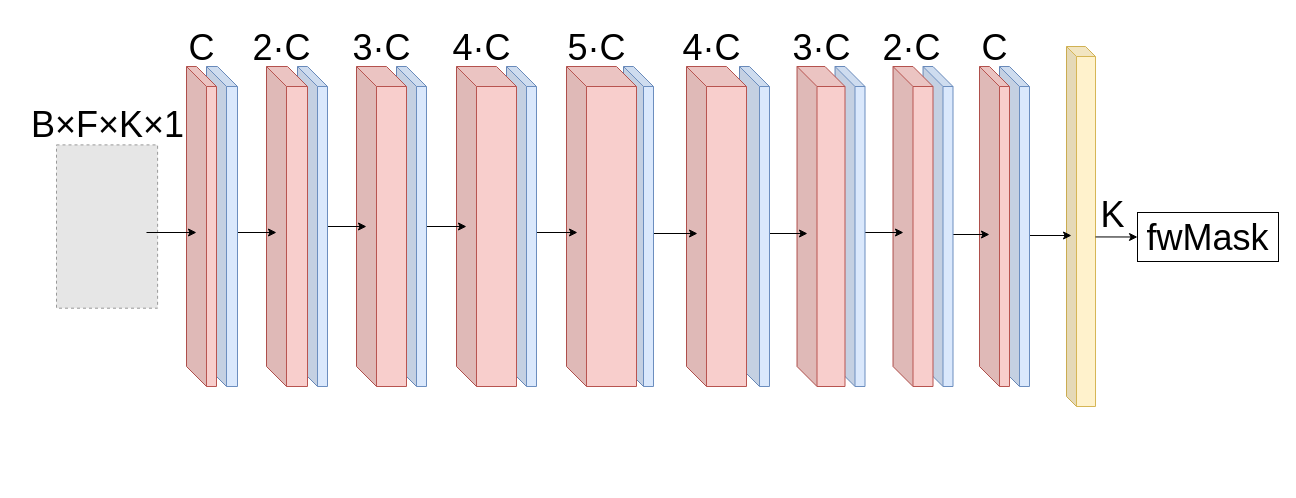
The draw.io diagram model/Untitled Diagram.drawio in linan2/A-Convolutional-Recurrent-Neural-Network-for-Real-Time-Speech-Enhancement, before the edit. Source tidied: cells renumbered, new cells numbered last; positions are measured from the earlier drawing's top-left corner, leaving out a move shared by most shapes. Both pictures are drawn from the tidied source at 100%, with x=0, y=0 at pixel (17, 17). Pictures stored in the file or linked from it are replaced by grey dashed boxes.
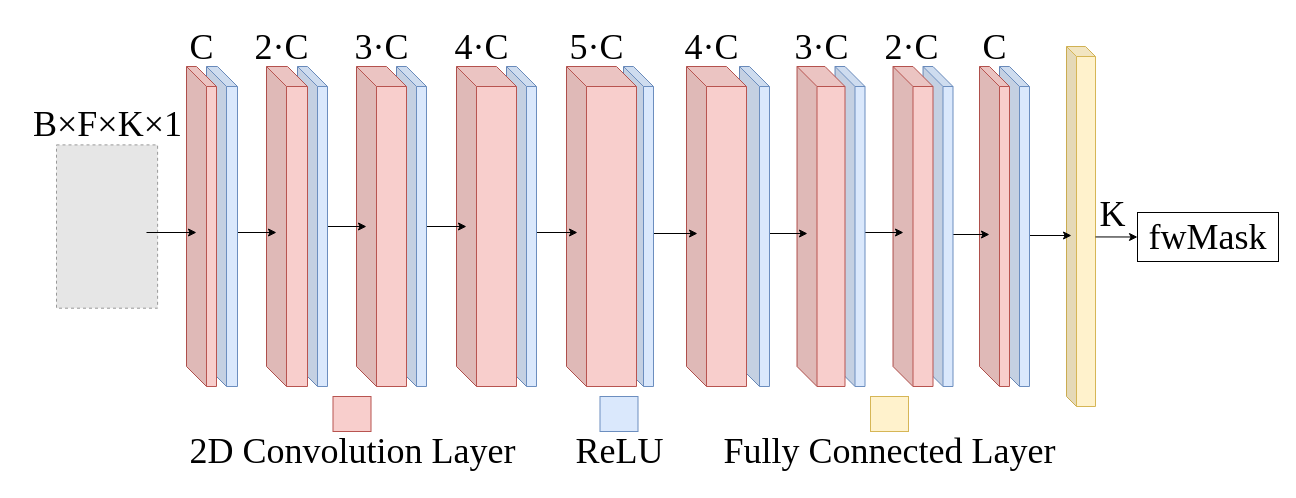
The same diagram, later.

Diff of the diagram source:
```diff
@@
-    <mxCell id="32" value="&lt;font style=&quot;font-size: 36px;&quot;&gt;fwMask&lt;/font&gt;" style="whiteSpace=wrap;html=1;" parent="1" vertex="1">
+    <mxCell id="32" value="&lt;font face=&quot;Times New Roman&quot; style=&quot;font-size: 36px;&quot;&gt;fwMask&lt;/font&gt;" style="whiteSpace=wrap;html=1;" parent="1" vertex="1">
       <mxGeometry x="1120" y="195" width="141" height="49" as="geometry" />
     </mxCell>
@@
-    <mxCell id="34" value="&lt;font style=&quot;font-size: 36px;&quot;&gt;C&lt;/font&gt;" style="text;html=1;align=center;verticalAlign=middle;strokeColor=none;fillColor=none;fontSize=14;" parent="1" vertex="1">
+    <mxCell id="34" value="&lt;font face=&quot;Times New Roman&quot; style=&quot;font-size: 36px;&quot;&gt;C&lt;/font&gt;" style="text;html=1;align=center;verticalAlign=middle;strokeColor=none;fillColor=none;fontSize=14;" parent="1" vertex="1">
       <mxGeometry x="159" width="50" height="60" as="geometry" />
     </mxCell>
-    <mxCell id="35" value="&lt;font style=&quot;font-size: 36px;&quot;&gt;2·C&lt;/font&gt;" style="text;html=1;align=center;verticalAlign=middle;strokeColor=none;fillColor=none;fontSize=14;" parent="1" vertex="1">
+    <mxCell id="35" value="&lt;font face=&quot;Times New Roman&quot; style=&quot;font-size: 36px;&quot;&gt;2·C&lt;/font&gt;" style="text;html=1;align=center;verticalAlign=middle;strokeColor=none;fillColor=none;fontSize=14;" parent="1" vertex="1">
       <mxGeometry x="224" width="80" height="60" as="geometry" />
     </mxCell>
-    <mxCell id="36" value="&lt;font style=&quot;font-size: 36px;&quot;&gt;3·C&lt;/font&gt;" style="text;html=1;align=center;verticalAlign=middle;strokeColor=none;fillColor=none;fontSize=14;" parent="1" vertex="1">
+    <mxCell id="36" value="&lt;font face=&quot;Times New Roman&quot; style=&quot;font-size: 36px;&quot;&gt;3·C&lt;/font&gt;" style="text;html=1;align=center;verticalAlign=middle;strokeColor=none;fillColor=none;fontSize=14;" parent="1" vertex="1">
       <mxGeometry x="324" width="80" height="60" as="geometry" />
     </mxCell>
-    <mxCell id="37" value="&lt;font style=&quot;font-size: 36px;&quot;&gt;4·C&lt;/font&gt;" style="text;html=1;align=center;verticalAlign=middle;strokeColor=none;fillColor=none;fontSize=14;" parent="1" vertex="1">
+    <mxCell id="37" value="&lt;font face=&quot;Times New Roman&quot; style=&quot;font-size: 36px;&quot;&gt;4·C&lt;/font&gt;" style="text;html=1;align=center;verticalAlign=middle;strokeColor=none;fillColor=none;fontSize=14;" parent="1" vertex="1">
       <mxGeometry x="424" width="80" height="60" as="geometry" />
     </mxCell>
-    <mxCell id="38" value="&lt;font style=&quot;font-size: 36px;&quot;&gt;5·C&lt;/font&gt;" style="text;html=1;align=center;verticalAlign=middle;strokeColor=none;fillColor=none;fontSize=14;" parent="1" vertex="1">
+    <mxCell id="38" value="&lt;font face=&quot;Times New Roman&quot; style=&quot;font-size: 36px;&quot;&gt;5·C&lt;/font&gt;" style="text;html=1;align=center;verticalAlign=middle;strokeColor=none;fillColor=none;fontSize=14;" parent="1" vertex="1">
       <mxGeometry x="539" width="80" height="60" as="geometry" />
     </mxCell>
-    <mxCell id="39" value="&lt;font style=&quot;font-size: 36px;&quot;&gt;4·C&lt;/font&gt;" style="text;html=1;align=center;verticalAlign=middle;strokeColor=none;fillColor=none;fontSize=14;" parent="1" vertex="1">
+    <mxCell id="39" value="&lt;font face=&quot;Times New Roman&quot; style=&quot;font-size: 36px;&quot;&gt;4·C&lt;/font&gt;" style="text;html=1;align=center;verticalAlign=middle;strokeColor=none;fillColor=none;fontSize=14;" parent="1" vertex="1">
       <mxGeometry x="654" width="80" height="60" as="geometry" />
     </mxCell>
-    <mxCell id="40" value="&lt;font style=&quot;font-size: 36px;&quot;&gt;3·C&lt;/font&gt;" style="text;html=1;align=center;verticalAlign=middle;strokeColor=none;fillColor=none;fontSize=14;" parent="1" vertex="1">
+    <mxCell id="40" value="&lt;font face=&quot;Times New Roman&quot; style=&quot;font-size: 36px;&quot;&gt;3·C&lt;/font&gt;" style="text;html=1;align=center;verticalAlign=middle;strokeColor=none;fillColor=none;fontSize=14;" parent="1" vertex="1">
       <mxGeometry x="764" width="80" height="60" as="geometry" />
     </mxCell>
-    <mxCell id="41" value="&lt;font style=&quot;font-size: 36px;&quot;&gt;2·C&lt;/font&gt;" style="text;html=1;align=center;verticalAlign=middle;strokeColor=none;fillColor=none;fontSize=14;" parent="1" vertex="1">
+    <mxCell id="41" value="&lt;font face=&quot;Times New Roman&quot; style=&quot;font-size: 36px;&quot;&gt;2·C&lt;/font&gt;" style="text;html=1;align=center;verticalAlign=middle;strokeColor=none;fillColor=none;fontSize=14;" parent="1" vertex="1">
       <mxGeometry x="854" width="80" height="60" as="geometry" />
     </mxCell>
-    <mxCell id="42" value="&lt;font style=&quot;font-size: 36px;&quot;&gt;C&lt;/font&gt;" style="text;html=1;align=center;verticalAlign=middle;strokeColor=none;fillColor=none;fontSize=14;" parent="1" vertex="1">
+    <mxCell id="42" value="&lt;font face=&quot;Times New Roman&quot; style=&quot;font-size: 36px;&quot;&gt;C&lt;/font&gt;" style="text;html=1;align=center;verticalAlign=middle;strokeColor=none;fillColor=none;fontSize=14;" parent="1" vertex="1">
       <mxGeometry x="952" width="50" height="60" as="geometry" />
     </mxCell>
-    <mxCell id="43" value="&lt;font style=&quot;font-size: 36px;&quot;&gt;K&lt;/font&gt;" style="text;html=1;align=center;verticalAlign=middle;strokeColor=none;fillColor=none;fontSize=14;" parent="1" vertex="1">
+    <mxCell id="43" value="&lt;font face=&quot;Times New Roman&quot; style=&quot;font-size: 36px;&quot;&gt;K&lt;/font&gt;" style="text;html=1;align=center;verticalAlign=middle;strokeColor=none;fillColor=none;fontSize=14;" parent="1" vertex="1">
       <mxGeometry x="1070" y="167" width="50" height="60" as="geometry" />
     </mxCell>
-    <mxCell id="44" value="&lt;font style=&quot;font-size: 36px;&quot;&gt;B×F×K×1&lt;/font&gt;" style="text;html=1;align=center;verticalAlign=middle;strokeColor=none;fillColor=none;fontSize=14;" parent="1" vertex="1">
-      <mxGeometry x="-0.4" y="77.4" width="180" height="60" as="geometry" />
+    <mxCell id="44" value="&lt;font face=&quot;Times New Roman&quot; style=&quot;font-size: 36px;&quot;&gt;B×F×K×1&lt;/font&gt;" style="text;html=1;align=center;verticalAlign=middle;strokeColor=none;fillColor=none;fontSize=14;" parent="1" vertex="1">
+      <mxGeometry x="4.6" y="77.4" width="170" height="60" as="geometry" />
     </mxCell>
+    <mxCell id="45" style="whiteSpace=wrap;html=1;fontSize=14;fillColor=#f8cecc;strokeColor=#b85450;" parent="1" vertex="1">
+      <mxGeometry x="315.5" y="379" width="38" height="35" as="geometry" />
+    </mxCell>
+    <mxCell id="46" style="whiteSpace=wrap;html=1;fontSize=14;fillColor=#dae8fc;strokeColor=#6c8ebf;" parent="1" vertex="1">
+      <mxGeometry x="582.5" y="379" width="38" height="35" as="geometry" />
+    </mxCell>
+    <mxCell id="47" style="whiteSpace=wrap;html=1;fontSize=14;fillColor=#fff2cc;strokeColor=#d6b656;" parent="1" vertex="1">
+      <mxGeometry x="853" y="379" width="38" height="35" as="geometry" />
+    </mxCell>
+    <mxCell id="48" value="&lt;font face=&quot;Times New Roman&quot; style=&quot;font-size: 36px;&quot;&gt;2D Convolution Layer&lt;/font&gt;" style="text;html=1;align=center;verticalAlign=middle;strokeColor=none;fillColor=none;fontSize=14;" parent="1" vertex="1">
+      <mxGeometry x="159.5" y="404" width="350" height="60" as="geometry" />
+    </mxCell>
+    <mxCell id="49" value="&lt;font face=&quot;Times New Roman&quot; style=&quot;font-size: 36px;&quot;&gt;ReLU&lt;/font&gt;" style="text;html=1;align=center;verticalAlign=middle;strokeColor=none;fillColor=none;fontSize=14;" parent="1" vertex="1">
+      <mxGeometry x="546.5" y="404" width="110" height="60" as="geometry" />
+    </mxCell>
+    <mxCell id="50" value="&lt;font face=&quot;Times New Roman&quot; style=&quot;font-size: 36px;&quot;&gt;Fully Connected Layer&lt;/font&gt;" style="text;html=1;align=center;verticalAlign=middle;strokeColor=none;fillColor=none;fontSize=14;" parent="1" vertex="1">
+      <mxGeometry x="692" y="404" width="360" height="60" as="geometry" />
+    </mxCell>
```
